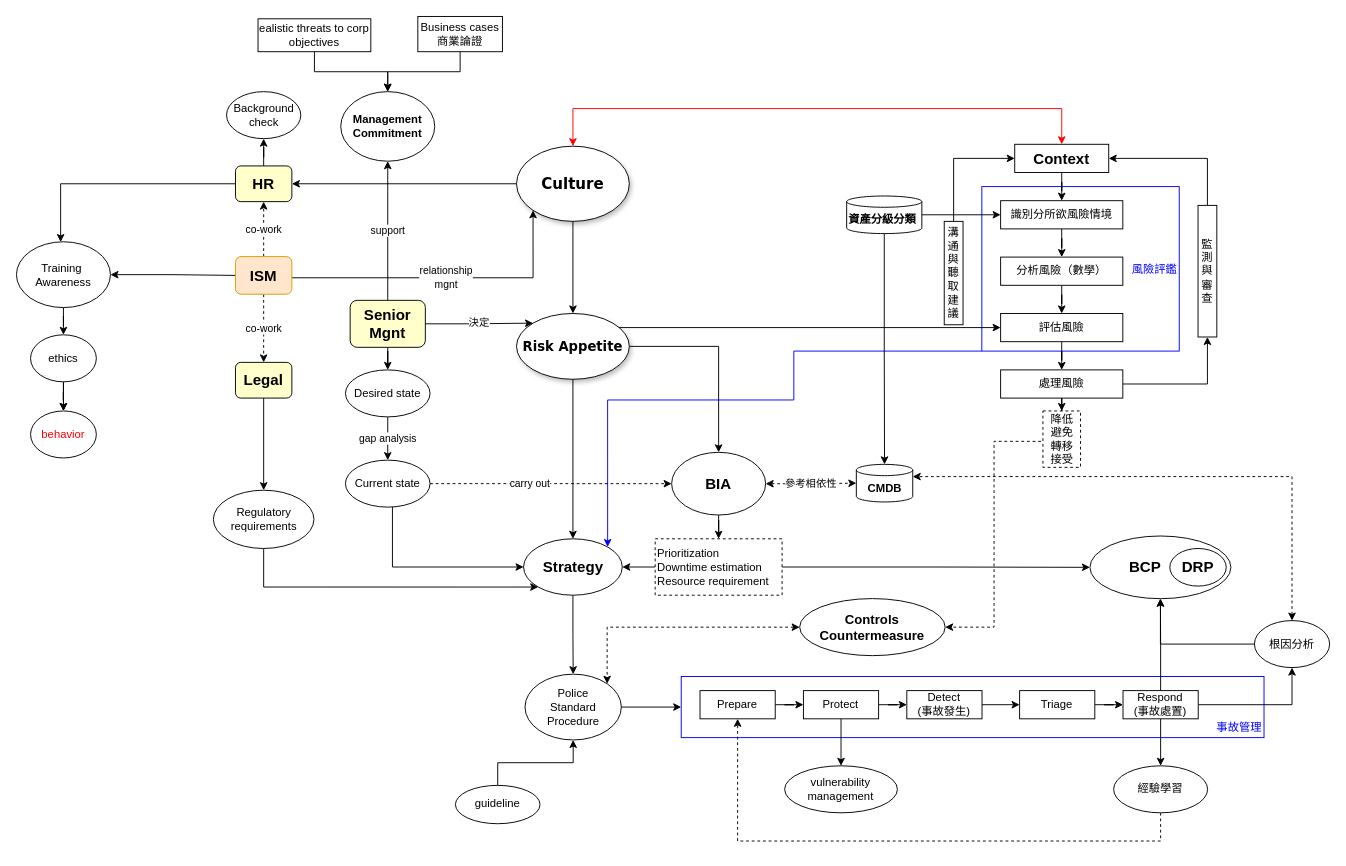
This is Untitled Diagram.drawio from digipenguin/machinelearn-ndu, a draw.io file, before an edit. Source tidied: cells renumbered, new cells numbered last; positions are measured from the earlier drawing's top-left corner, leaving out a move shared by most shapes. Both pictures are drawn from the tidied source at 94%, with x=0, y=0 at pixel (16, 16).
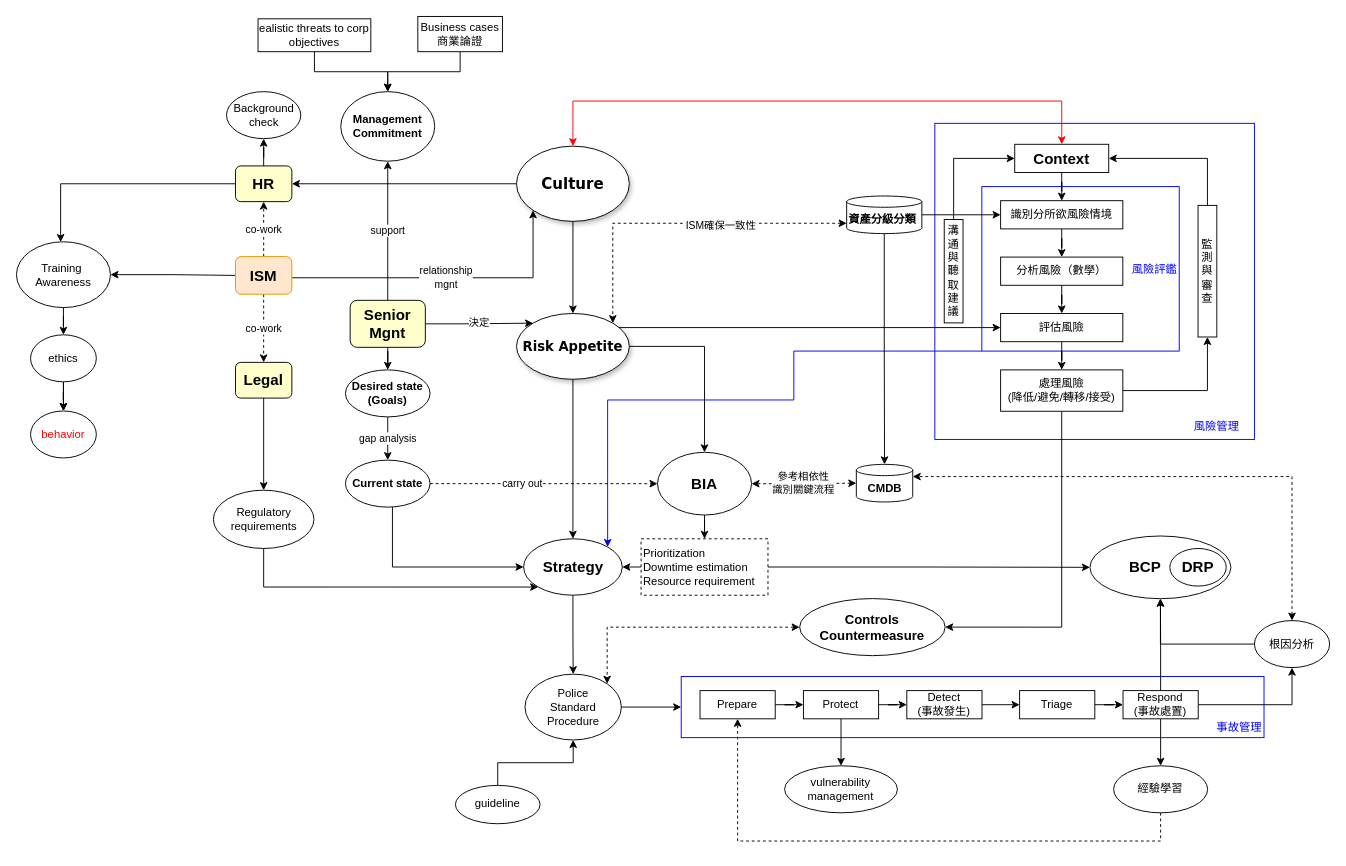
After the change.

The change refers to these unchanged cells:
```xml
<mxCell id="8" value="&lt;span&gt;&lt;font size=&quot;1&quot;&gt;&lt;b style=&quot;font-size: 16px&quot;&gt;Culture&lt;/b&gt;&lt;/font&gt;&lt;/span&gt;" style="ellipse;whiteSpace=wrap;html=1;rounded=0;shadow=1;comic=0;labelBackgroundColor=none;strokeWidth=1;fontFamily=Verdana;fontSize=12;align=center;" parent="1" vertex="1">
  <mxGeometry x="532" y="138" width="120" height="80" as="geometry" />
</mxCell>
<mxCell id="12" value="&lt;span&gt;&lt;font size=&quot;1&quot;&gt;&lt;b style=&quot;font-size: 14px&quot;&gt;Risk Appetite&lt;/b&gt;&lt;/font&gt;&lt;/span&gt;" style="ellipse;whiteSpace=wrap;html=1;rounded=0;shadow=1;comic=0;labelBackgroundColor=none;strokeWidth=1;fontFamily=Verdana;fontSize=12;align=center;" parent="1" vertex="1">
  <mxGeometry x="532" y="316" width="120" height="70" as="geometry" />
</mxCell>
<mxCell id="32" value="&lt;b&gt;&lt;font style=&quot;font-size: 16px&quot;&gt;Context&lt;/font&gt;&lt;/b&gt;" style="rounded=0;whiteSpace=wrap;html=1;fillColor=#FFFFFF;" parent="1" vertex="1">
  <mxGeometry x="1062" y="136" width="100" height="30" as="geometry" />
</mxCell>
<mxCell id="65" value="&lt;b&gt;CMDB&lt;/b&gt;" style="shape=cylinder3;whiteSpace=wrap;html=1;boundedLbl=1;backgroundOutline=1;size=6;fillColor=#FFFFFF;" parent="1" vertex="1">
  <mxGeometry x="893.5" y="476.5" width="60" height="40" as="geometry" />
</mxCell>
<mxCell id="90" value="&lt;b&gt;&lt;font style=&quot;font-size: 14px&quot;&gt;Controls&lt;br&gt;Countermeasure&lt;br&gt;&lt;/font&gt;&lt;/b&gt;" style="ellipse;whiteSpace=wrap;html=1;strokeColor=#000000;fillColor=none;gradientColor=none;" parent="1" vertex="1">
  <mxGeometry x="833.2" y="619.3" width="154.8" height="60.7" as="geometry" />
</mxCell>
<mxCell id="95" value="&lt;b&gt;資產分級分類&amp;nbsp;&lt;/b&gt;" style="shape=cylinder3;whiteSpace=wrap;html=1;boundedLbl=1;backgroundOutline=1;size=6;fillColor=#FFFFFF;" parent="1" vertex="1">
  <mxGeometry x="883.2" y="191" width="80" height="40" as="geometry" />
</mxCell>
```

Diff of the diagram source:
```diff
@@
+    <mxCell id="102" value="&lt;div style=&quot;text-align: justify&quot;&gt;&lt;/div&gt;" style="rounded=0;whiteSpace=wrap;html=1;align=right;strokeColor=#0000FF;" parent="1" vertex="1">
+      <mxGeometry x="977" y="113.7" width="340" height="336.3" as="geometry" />
+    </mxCell>
@@
     <mxCell id="5" style="edgeStyle=orthogonalEdgeStyle;rounded=0;jettySize=auto;html=1;exitX=0.5;exitY=0;exitDx=0;exitDy=0;startArrow=classic;startFill=1;endArrow=classic;endFill=1;strokeColor=#FF0000;" parent="1" edge="1" source="32" target="8">
       <mxGeometry relative="1" as="geometry">
         <Array as="points">
-          <mxPoint x="1112" y="98" />
-          <mxPoint x="592" y="98" />
+          <mxPoint x="1112" y="90" />
+          <mxPoint x="592" y="90" />
         </Array>
       </mxGeometry>
     </mxCell>
@@
-    <mxCell id="40" style="edgeStyle=orthogonalEdgeStyle;rounded=0;jettySize=auto;html=1;startArrow=none;startFill=0;endArrow=classic;endFill=1;" parent="1" edge="1" source="42" target="88">
-      <mxGeometry relative="1" as="geometry" />
-    </mxCell>
-    <mxCell id="41" style="edgeStyle=orthogonalEdgeStyle;rounded=0;jettySize=auto;html=1;entryX=1;entryY=0.5;entryDx=0;entryDy=0;dashed=1;startArrow=none;startFill=0;endArrow=classic;endFill=1;exitX=-0.05;exitY=0.539;exitDx=0;exitDy=0;exitPerimeter=0;" parent="1" edge="1" source="88" target="90">
-      <mxGeometry relative="1" as="geometry" />
+    <mxCell id="41" style="edgeStyle=orthogonalEdgeStyle;rounded=0;jettySize=auto;html=1;entryX=1;entryY=0.5;entryDx=0;entryDy=0;startArrow=none;startFill=0;endArrow=classic;endFill=1;exitX=0.5;exitY=1;exitDx=0;exitDy=0;" parent="1" edge="1" source="42" target="90">
+      <mxGeometry relative="1" as="geometry">
+        <Array as="points">
+          <mxPoint x="1112" y="650" />
+        </Array>
+      </mxGeometry>
     </mxCell>
-    <mxCell id="42" value="處理風險" style="rounded=0;whiteSpace=wrap;html=1;fillColor=#FFFFFF;" parent="1" vertex="1">
-      <mxGeometry x="1047" y="376" width="130" height="30" as="geometry" />
+    <mxCell id="42" value="處理風險&lt;br&gt;(降低/避免/轉移/接受)" style="rounded=0;whiteSpace=wrap;html=1;fillColor=#FFFFFF;" parent="1" vertex="1">
+      <mxGeometry x="1047" y="376" width="130" height="44" as="geometry" />
     </mxCell>
@@
     <mxCell id="44" value="溝通與聽取建議" style="rounded=0;whiteSpace=wrap;html=1;fillColor=#FFFFFF;" parent="1" vertex="1">
-      <mxGeometry x="987" y="218" width="20" height="110" as="geometry" />
+      <mxGeometry x="987" y="216" width="20" height="110" as="geometry" />
     </mxCell>
@@
-    <mxCell id="60" value="參考相依性" style="edgeStyle=orthogonalEdgeStyle;rounded=0;jettySize=auto;html=1;startArrow=classic;startFill=1;endArrow=classic;endFill=1;dashed=1;align=center;" parent="1" edge="1" source="62" target="65">
+    <mxCell id="60" value="參考相依性&lt;br&gt;識別關鍵流程" style="edgeStyle=orthogonalEdgeStyle;rounded=0;jettySize=auto;html=1;startArrow=classic;startFill=1;endArrow=classic;endFill=1;dashed=1;align=center;" parent="1" edge="1" source="62" target="65">
       <mxGeometry relative="1" as="geometry" />
     </mxCell>
@@
     <mxCell id="62" value="&lt;font style=&quot;font-size: 16px&quot;&gt;&lt;b&gt;BIA&lt;/b&gt;&lt;/font&gt;" style="ellipse;whiteSpace=wrap;html=1;strokeColor=#000000;fillColor=#FFFFFF;" parent="1" vertex="1">
-      <mxGeometry x="697" y="463.7" width="100" height="66.7" as="geometry" />
+      <mxGeometry x="682" y="463.7" width="100" height="66.7" as="geometry" />
     </mxCell>
@@
     <mxCell id="68" value="&lt;span&gt;Prioritization&lt;/span&gt;&lt;br&gt;&lt;span&gt;Downtime estimation&lt;br&gt;Resource requirement&lt;br&gt;&lt;/span&gt;" style="rounded=0;whiteSpace=wrap;html=1;strokeColor=#000000;fillColor=#FFFFFF;align=left;dashed=1;" parent="1" vertex="1">
-      <mxGeometry x="679.5" y="555.7" width="135" height="60" as="geometry" />
+      <mxGeometry x="664.5" y="555.7" width="135" height="60" as="geometry" />
     </mxCell>
@@
-    <mxCell id="76" value="Current state" style="ellipse;whiteSpace=wrap;html=1;strokeColor=#000000;fillColor=#FFFFFF;" parent="1" vertex="1">
+    <mxCell id="76" value="&lt;b&gt;Current state&lt;/b&gt;" style="ellipse;whiteSpace=wrap;html=1;strokeColor=#000000;fillColor=#FFFFFF;" parent="1" vertex="1">
       <mxGeometry x="350" y="472" width="90" height="50" as="geometry" />
     </mxCell>
@@
-    <mxCell id="78" value="Desired state" style="ellipse;whiteSpace=wrap;html=1;strokeColor=#000000;fillColor=#FFFFFF;" parent="1" vertex="1">
+    <mxCell id="78" value="&lt;b&gt;Desired state&lt;br&gt;(Goals)&lt;/b&gt;" style="ellipse;whiteSpace=wrap;html=1;strokeColor=#000000;fillColor=#FFFFFF;" parent="1" vertex="1">
       <mxGeometry x="350" y="376" width="90" height="50" as="geometry" />
     </mxCell>
@@
-    <mxCell id="88" value="降低&lt;br&gt;避免&lt;br&gt;轉移&lt;br&gt;接受&lt;br&gt;" style="text;html=1;align=center;verticalAlign=middle;points=[];fillColor=#ffffff;strokeColor=#000000;dashed=1;" parent="1" vertex="1">
-      <mxGeometry x="1092" y="419.7" width="40" height="60" as="geometry" />
-    </mxCell>
@@
+    <mxCell id="103" style="edgeStyle=orthogonalEdgeStyle;rounded=0;jettySize=auto;html=1;entryX=1;entryY=0;entryDx=0;entryDy=0;startArrow=classic;startFill=1;dashed=1;" parent="1" edge="1" source="95" target="12">
+      <mxGeometry relative="1" as="geometry">
+        <Array as="points">
+          <mxPoint x="634" y="220" />
+        </Array>
+      </mxGeometry>
+    </mxCell>
+    <mxCell id="104" value="ISM確保一致性" style="edgeLabel;html=1;align=right;verticalAlign=middle;" parent="103" vertex="1">
+      <mxGeometry x="-0.46" y="2" relative="1" as="geometry" />
+    </mxCell>
@@
+    <mxCell id="105" value="&lt;font color=&quot;#0000ff&quot;&gt;風險管理&lt;/font&gt;" style="text;html=1;strokeColor=none;fillColor=none;align=center;verticalAlign=middle;whiteSpace=wrap;rounded=0;dashed=1;" parent="1" vertex="1">
+      <mxGeometry x="1247" y="426" width="60.2" height="20" as="geometry" />
+    </mxCell>
```
